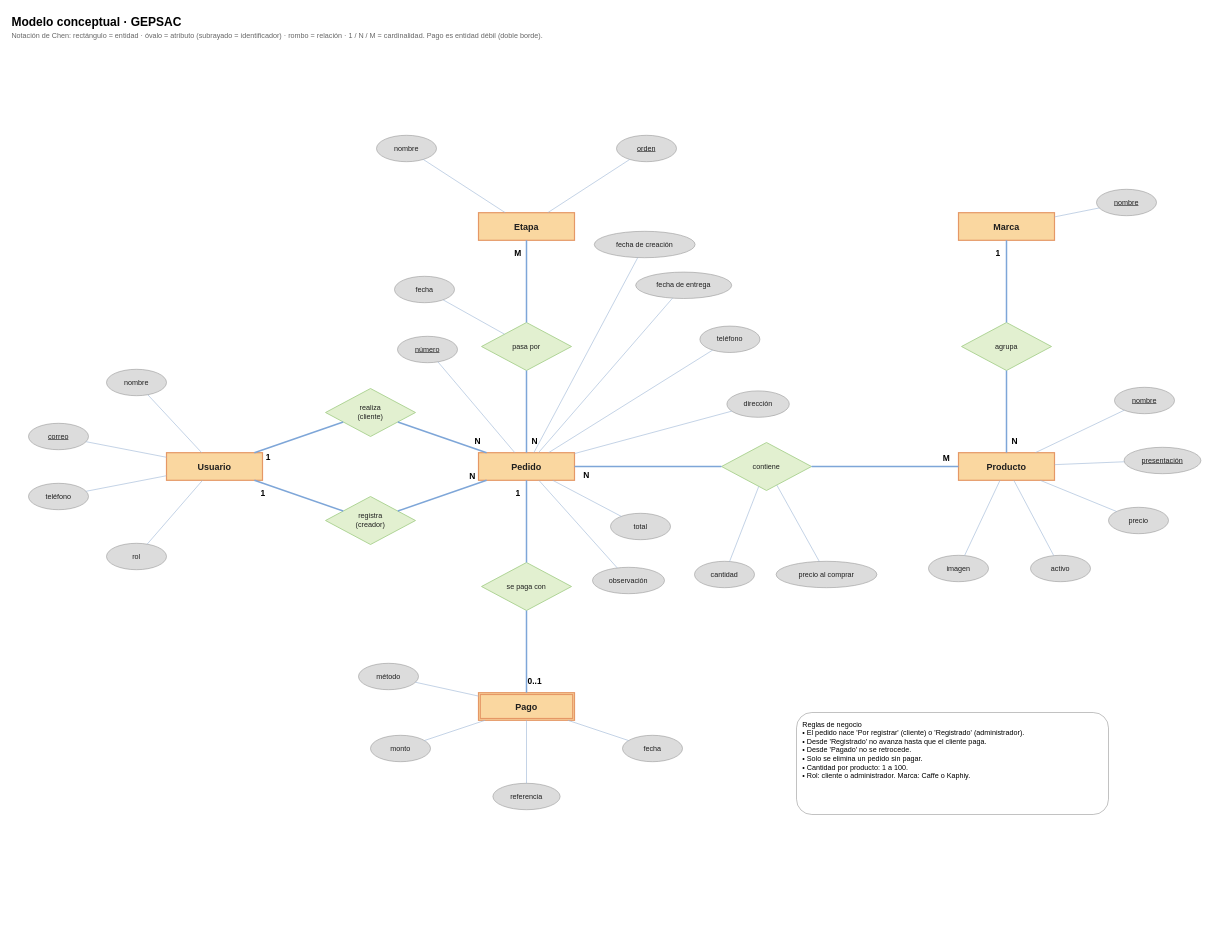
Earlier version of the draw.io diagram page "1. Conceptual" (1 of 4) of docs/MODELOS_CONCEPTUAL_LOGICO_FISICO.drawio (jorgesoto-13/APP-GEPSAC). Source tidied: cells renumbered, new cells numbered last; positions are measured from the earlier drawing's top-left corner, leaving out a move shared by most shapes. Both pictures are drawn from the tidied source at 60%, with x=0, y=0 at pixel (10, 10).
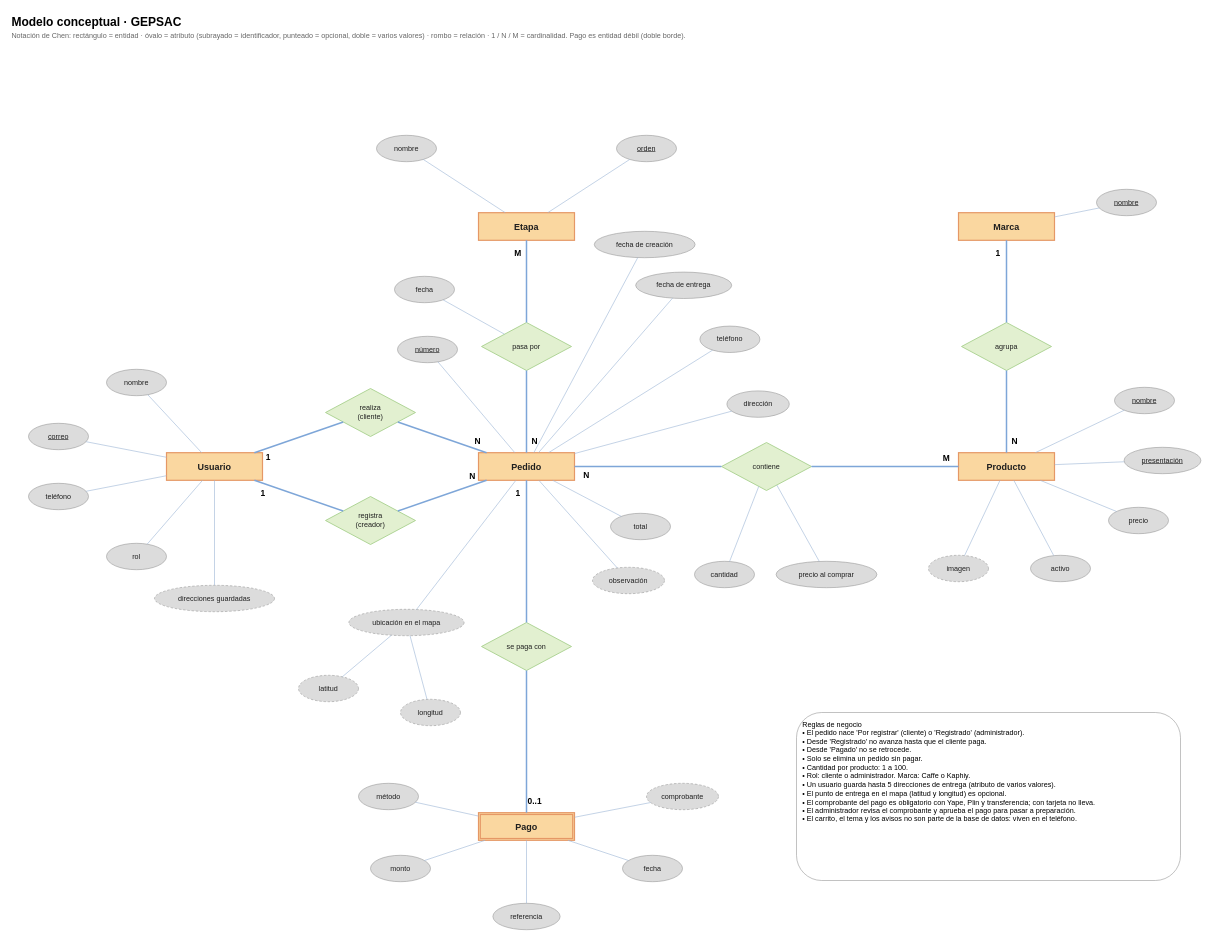
The same page after the edit.

Commit message (it also covers changes not shown here):
Actualiza los modelos conceptual, lógico y físico con las direcciones guardadas, la ubicación en el mapa y el comprobante de pago

Unchanged cells that the change refers to:
```xml
<mxCell id="4" value="Usuario" style="rounded=0;whiteSpace=wrap;html=0;fontSize=15;fontStyle=1;fontColor=#1F1F1F;fillColor=#FAD7A0;strokeColor=#E59866;strokeWidth=2;" parent="1" vertex="1">
  <mxGeometry x="260" y="737" width="160" height="46" as="geometry" />
</mxCell>
<mxCell id="5" value="Pedido" style="rounded=0;whiteSpace=wrap;html=0;fontSize=15;fontStyle=1;fontColor=#1F1F1F;fillColor=#FAD7A0;strokeColor=#E59866;strokeWidth=2;" parent="1" vertex="1">
  <mxGeometry x="780" y="737" width="160" height="46" as="geometry" />
</mxCell>
```

What changed in the source:
```diff
@@
-    <mxCell id="3" value="Notación de Chen: rectángulo = entidad · óvalo = atributo (subrayado = identificador) · rombo = relación · 1 / N / M = cardinalidad. Pago es entidad débil (doble borde)." style="text;html=1;align=left;verticalAlign=middle;fontSize=12;fontColor=#666666;strokeColor=none;fillColor=none;" parent="1" vertex="1">
+    <mxCell id="3" value="Notación de Chen: rectángulo = entidad · óvalo = atributo (subrayado = identificador, punteado = opcional, doble = varios valores) · rombo = relación · 1 / N / M = cardinalidad. Pago es entidad débil (doble borde)." style="text;html=1;align=left;verticalAlign=middle;fontSize=12;fontColor=#666666;strokeColor=none;fillColor=none;" parent="1" vertex="1">
       <mxGeometry y="32" width="1200" height="22" as="geometry" />
     </mxCell>
@@
     <mxCell id="8" value="Pago" style="shape=ext;double=1;rounded=0;whiteSpace=wrap;html=0;fontSize=15;fontStyle=1;fontColor=#1F1F1F;fillColor=#FAD7A0;strokeColor=#E59866;strokeWidth=2;" parent="1" vertex="1">
-      <mxGeometry x="780" y="1137" width="160" height="46" as="geometry" />
+      <mxGeometry x="780" y="1337" width="160" height="46" as="geometry" />
     </mxCell>
@@
+    <mxCell id="93" value="direcciones guardadas" style="shape=doubleEllipse;ellipse;whiteSpace=wrap;html=0;fontSize=12;fontColor=#1F1F1F;fillColor=#DCDCDC;strokeColor=#9A9A9A;strokeWidth=1;dashed=1;dashPattern=4 3;" parent="1" vertex="1">
+      <mxGeometry x="240" y="958" width="200" height="44" as="geometry" />
+    </mxCell>
@@
-    <mxCell id="21" value="imagen" style="ellipse;whiteSpace=wrap;html=0;fontSize=12;fontColor=#1F1F1F;fillColor=#DCDCDC;strokeColor=#9A9A9A;strokeWidth=1;" parent="1" vertex="1">
+    <mxCell id="21" value="imagen" style="ellipse;whiteSpace=wrap;html=0;fontSize=12;fontColor=#1F1F1F;fillColor=#DCDCDC;strokeColor=#9A9A9A;strokeWidth=1;dashed=1;dashPattern=4 3;" parent="1" vertex="1">
       <mxGeometry x="1530" y="908" width="100" height="44" as="geometry" />
     </mxCell>
+    <mxCell id="94" value="latitud" style="ellipse;whiteSpace=wrap;html=0;fontSize=12;fontColor=#1F1F1F;fillColor=#DCDCDC;strokeColor=#9A9A9A;strokeWidth=1;dashed=1;dashPattern=4 3;" parent="1" vertex="1">
+      <mxGeometry x="480" y="1108" width="100" height="44" as="geometry" />
+    </mxCell>
+    <mxCell id="95" value="longitud" style="ellipse;whiteSpace=wrap;html=0;fontSize=12;fontColor=#1F1F1F;fillColor=#DCDCDC;strokeColor=#9A9A9A;strokeWidth=1;dashed=1;dashPattern=4 3;" parent="1" vertex="1">
+      <mxGeometry x="650" y="1148" width="100" height="44" as="geometry" />
+    </mxCell>
     <mxCell id="22" value="método" style="ellipse;whiteSpace=wrap;html=0;fontSize=12;fontColor=#1F1F1F;fillColor=#DCDCDC;strokeColor=#9A9A9A;strokeWidth=1;" parent="1" vertex="1">
-      <mxGeometry x="580" y="1088" width="100" height="44" as="geometry" />
+      <mxGeometry x="580" y="1288" width="100" height="44" as="geometry" />
     </mxCell>
     <mxCell id="23" value="monto" style="ellipse;whiteSpace=wrap;html=0;fontSize=12;fontColor=#1F1F1F;fillColor=#DCDCDC;strokeColor=#9A9A9A;strokeWidth=1;" parent="1" vertex="1">
-      <mxGeometry x="600" y="1208" width="100" height="44" as="geometry" />
+      <mxGeometry x="600" y="1408" width="100" height="44" as="geometry" />
     </mxCell>
     <mxCell id="24" value="referencia" style="ellipse;whiteSpace=wrap;html=0;fontSize=12;fontColor=#1F1F1F;fillColor=#DCDCDC;strokeColor=#9A9A9A;strokeWidth=1;" parent="1" vertex="1">
-      <mxGeometry x="804" y="1288" width="112" height="44" as="geometry" />
+      <mxGeometry x="804" y="1488" width="112" height="44" as="geometry" />
     </mxCell>
     <mxCell id="25" value="fecha" style="ellipse;whiteSpace=wrap;html=0;fontSize=12;fontColor=#1F1F1F;fillColor=#DCDCDC;strokeColor=#9A9A9A;strokeWidth=1;" parent="1" vertex="1">
-      <mxGeometry x="1020" y="1208" width="100" height="44" as="geometry" />
+      <mxGeometry x="1020" y="1408" width="100" height="44" as="geometry" />
     </mxCell>
+    <mxCell id="96" value="comprobante" style="ellipse;whiteSpace=wrap;html=0;fontSize=12;fontColor=#1F1F1F;fillColor=#DCDCDC;strokeColor=#9A9A9A;strokeWidth=1;dashed=1;dashPattern=4 3;" parent="1" vertex="1">
+      <mxGeometry x="1060" y="1288" width="120" height="44" as="geometry" />
+    </mxCell>
@@
-    <mxCell id="31" value="observación" style="ellipse;whiteSpace=wrap;html=0;fontSize=12;fontColor=#1F1F1F;fillColor=#DCDCDC;strokeColor=#9A9A9A;strokeWidth=1;" parent="1" vertex="1">
+    <mxCell id="31" value="observación" style="ellipse;whiteSpace=wrap;html=0;fontSize=12;fontColor=#1F1F1F;fillColor=#DCDCDC;strokeColor=#9A9A9A;strokeWidth=1;dashed=1;dashPattern=4 3;" parent="1" vertex="1">
       <mxGeometry x="970" y="928" width="120" height="44" as="geometry" />
     </mxCell>
@@
+    <mxCell id="97" value="ubicación en el mapa" style="ellipse;whiteSpace=wrap;html=0;fontSize=12;fontColor=#1F1F1F;fillColor=#DCDCDC;strokeColor=#9A9A9A;strokeWidth=1;dashed=1;dashPattern=4 3;" parent="1" vertex="1">
+      <mxGeometry x="564" y="998" width="192" height="44" as="geometry" />
+    </mxCell>
@@
     <mxCell id="40" value="se paga con" style="rhombus;whiteSpace=wrap;html=0;fontSize=12;fontColor=#1F1F1F;fillColor=#E2F0D0;strokeColor=#A9D18E;strokeWidth=1.5;" parent="1" vertex="1">
-      <mxGeometry x="785" y="920" width="150" height="80" as="geometry" />
+      <mxGeometry x="785" y="1020" width="150" height="80" as="geometry" />
     </mxCell>
@@
+    <mxCell id="98" style="endArrow=none;html=1;strokeColor=#9DB5D6;strokeWidth=1;" parent="1" edge="1" source="93" target="4">
+      <mxGeometry relative="1" as="geometry" />
+    </mxCell>
@@
+    <mxCell id="99" style="endArrow=none;html=1;strokeColor=#9DB5D6;strokeWidth=1;" parent="1" edge="1" source="94" target="97">
+      <mxGeometry relative="1" as="geometry" />
+    </mxCell>
+    <mxCell id="100" style="endArrow=none;html=1;strokeColor=#9DB5D6;strokeWidth=1;" parent="1" edge="1" source="95" target="97">
+      <mxGeometry relative="1" as="geometry" />
+    </mxCell>
@@
+    <mxCell id="101" style="endArrow=none;html=1;strokeColor=#9DB5D6;strokeWidth=1;" parent="1" edge="1" source="96" target="8">
+      <mxGeometry relative="1" as="geometry" />
+    </mxCell>
@@
+    <mxCell id="102" style="endArrow=none;html=1;strokeColor=#9DB5D6;strokeWidth=1;" parent="1" edge="1" source="97" target="5">
+      <mxGeometry relative="1" as="geometry" />
+    </mxCell>
@@
     <mxCell id="89" value="0..1" style="text;html=0;align=center;verticalAlign=middle;fontSize=14;fontStyle=1;strokeColor=none;fillColor=none;" parent="1" vertex="1">
-      <mxGeometry x="852" y="1106" width="44" height="22" as="geometry" />
+      <mxGeometry x="852" y="1306" width="44" height="22" as="geometry" />
     </mxCell>
@@
-    <mxCell id="92" value="Reglas de negocio&#10;• El pedido nace 'Por registrar' (cliente) o 'Registrado' (administrador).&#10;• Desde 'Registrado' no avanza hasta que el cliente paga.&#10;• Desde 'Pagado' no se retrocede.&#10;• Solo se elimina un pedido sin pagar.&#10;• Cantidad por producto: 1 a 100.&#10;• Rol: cliente o administrador. Marca: Caffe o Kaphiy." style="text;html=0;align=left;verticalAlign=top;whiteSpace=wrap;fontSize=12;strokeColor=#999999;fillColor=#ffffff;spacingLeft=8;spacingTop=6;rounded=1;" parent="1" vertex="1">
-      <mxGeometry x="1310" y="1170" width="520" height="170" as="geometry" />
+    <mxCell id="92" value="Reglas de negocio&#10;• El pedido nace 'Por registrar' (cliente) o 'Registrado' (administrador).&#10;• Desde 'Registrado' no avanza hasta que el cliente paga.&#10;• Desde 'Pagado' no se retrocede.&#10;• Solo se elimina un pedido sin pagar.&#10;• Cantidad por producto: 1 a 100.&#10;• Rol: cliente o administrador. Marca: Caffe o Kaphiy.&#10;• Un usuario guarda hasta 5 direcciones de entrega (atributo de varios valores).&#10;• El punto de entrega en el mapa (latitud y longitud) es opcional.&#10;• El comprobante del pago es obligatorio con Yape, Plin y transferencia; con tarjeta no lleva.&#10;• El administrador revisa el comprobante y aprueba el pago para pasar a preparación.&#10;• El carrito, el tema y los avisos no son parte de la base de datos: viven en el teléfono." style="text;html=0;align=left;verticalAlign=top;whiteSpace=wrap;fontSize=12;strokeColor=#999999;fillColor=#ffffff;spacingLeft=8;spacingTop=6;rounded=1;" parent="1" vertex="1">
+      <mxGeometry x="1310" y="1170" width="640" height="280" as="geometry" />
     </mxCell>
```
